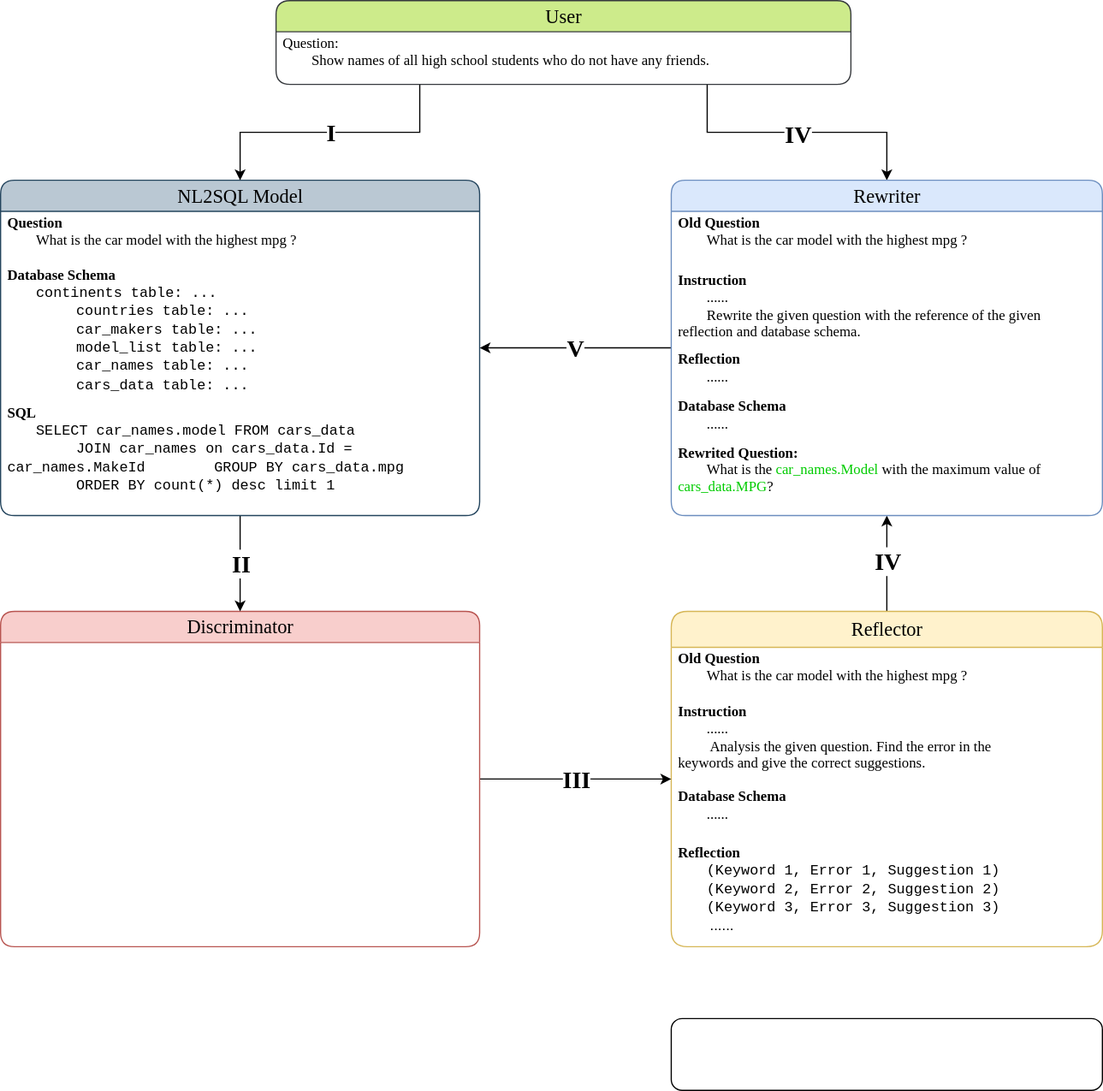
The draw.io diagram rewriter_agents_v240513.drawio.svg in MPX0222/Research-Design-Space, before a commit. Source tidied: cells renumbered, new cells last; positions are measured from the earlier drawing's top-left corner, leaving out a move shared by most shapes.
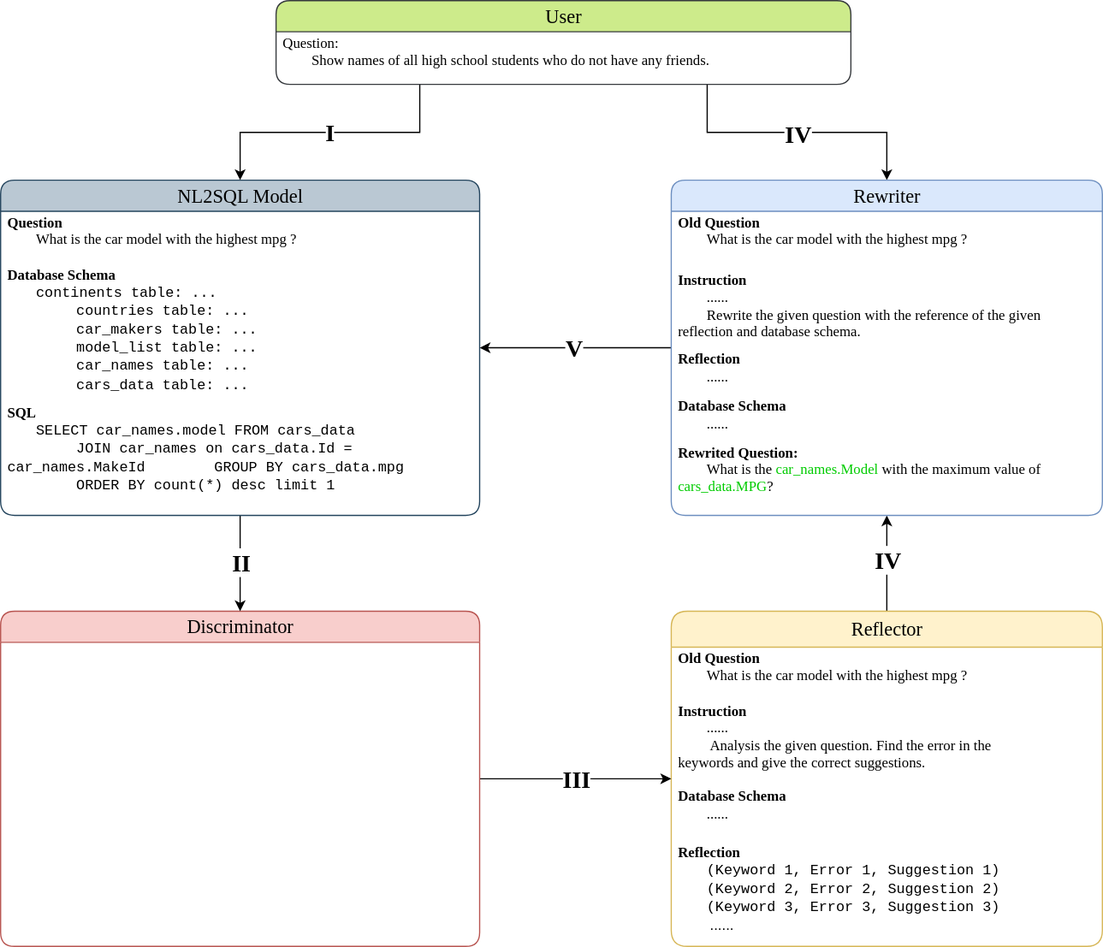
Later version of the same file.

Diff of the diagram source:
```diff
@@ -53,9 +53,6 @@
     <mxCell id="18" value="&lt;div&gt;&lt;font face=&quot;Verdana&quot;&gt;&lt;b&gt;SQL&lt;/b&gt;&lt;/font&gt;&lt;/div&gt;&lt;div&gt;&lt;span style=&quot;white-space: pre;&quot;&gt;&lt;font face=&quot;o2vofFl21mDokO-6VKEO&quot;&gt;&#9;&lt;font face=&quot;Courier New&quot;&gt;SELECT &lt;/font&gt;&lt;/font&gt;&lt;/span&gt;&lt;font face=&quot;Courier New&quot;&gt;car_names.model FROM cars_data&amp;nbsp;&lt;/font&gt;&lt;/div&gt;&lt;div&gt;&lt;font face=&quot;Courier New&quot;&gt;&lt;span style=&quot;white-space: pre;&quot;&gt;&#9;&lt;/span&gt;JOIN car_names on cars_data.Id = car_names.MakeId&amp;nbsp; &lt;span style=&quot;white-space: pre;&quot;&gt;&#9;GROUP BY&lt;/span&gt; cars_data.mpg&amp;nbsp;&amp;nbsp;&lt;/font&gt;&lt;/div&gt;&lt;div&gt;&lt;font face=&quot;Courier New&quot;&gt;&lt;span style=&quot;white-space: pre;&quot;&gt;&#9;ORDER BY&lt;/span&gt; count(*) desc limit 1&lt;/font&gt;&lt;/div&gt;" style="text;strokeColor=none;fillColor=none;align=left;verticalAlign=middle;spacingLeft=4;spacingRight=4;overflow=hidden;whiteSpace=wrap;html=1;rounded=1;" parent="15" vertex="1">
       <mxGeometry y="180" width="400" height="90" as="geometry" />
     </mxCell>
-    <mxCell id="19" style="rounded=1;whiteSpace=wrap;html=1;" parent="1" vertex="1">
-      <mxGeometry x="560" y="850" width="360" height="60" as="geometry" />
-    </mxCell>
     <mxCell id="20" style="edgeStyle=orthogonalEdgeStyle;rounded=0;jettySize=auto;html=1;exitX=0.25;exitY=1;exitDx=0;exitDy=0;entryX=0.5;entryY=0;entryDx=0;entryDy=0;" parent="1" edge="1" source="24" target="15">
       <mxGeometry relative="1" as="geometry" />
     </mxCell>
```
